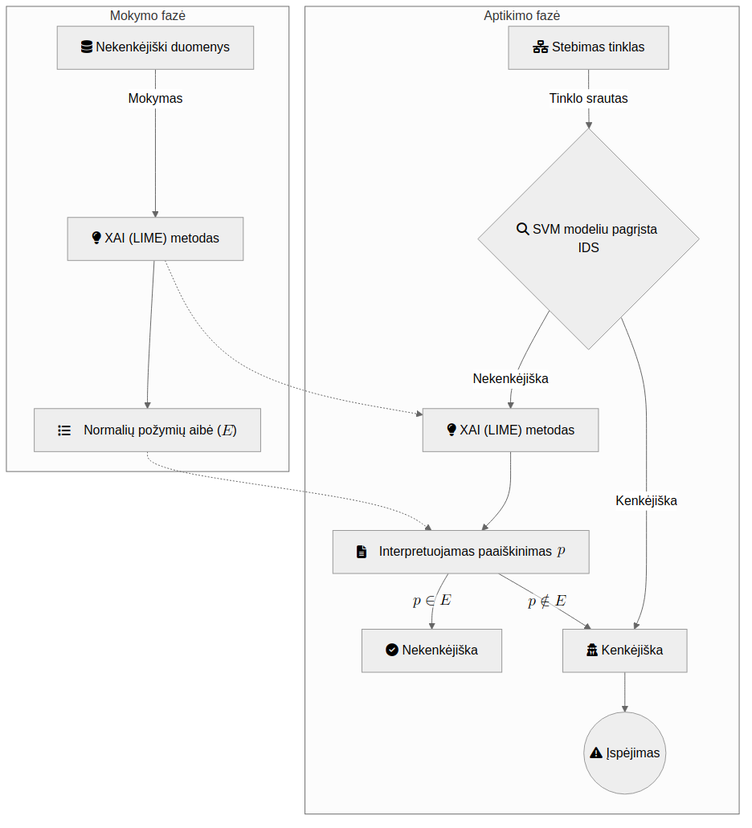
This is images/ids.png from onlyidev/bachelor.thesis, a Mermaid export, as it was before one commit. Its source is kept beside it as diagrams/ids.mmd.
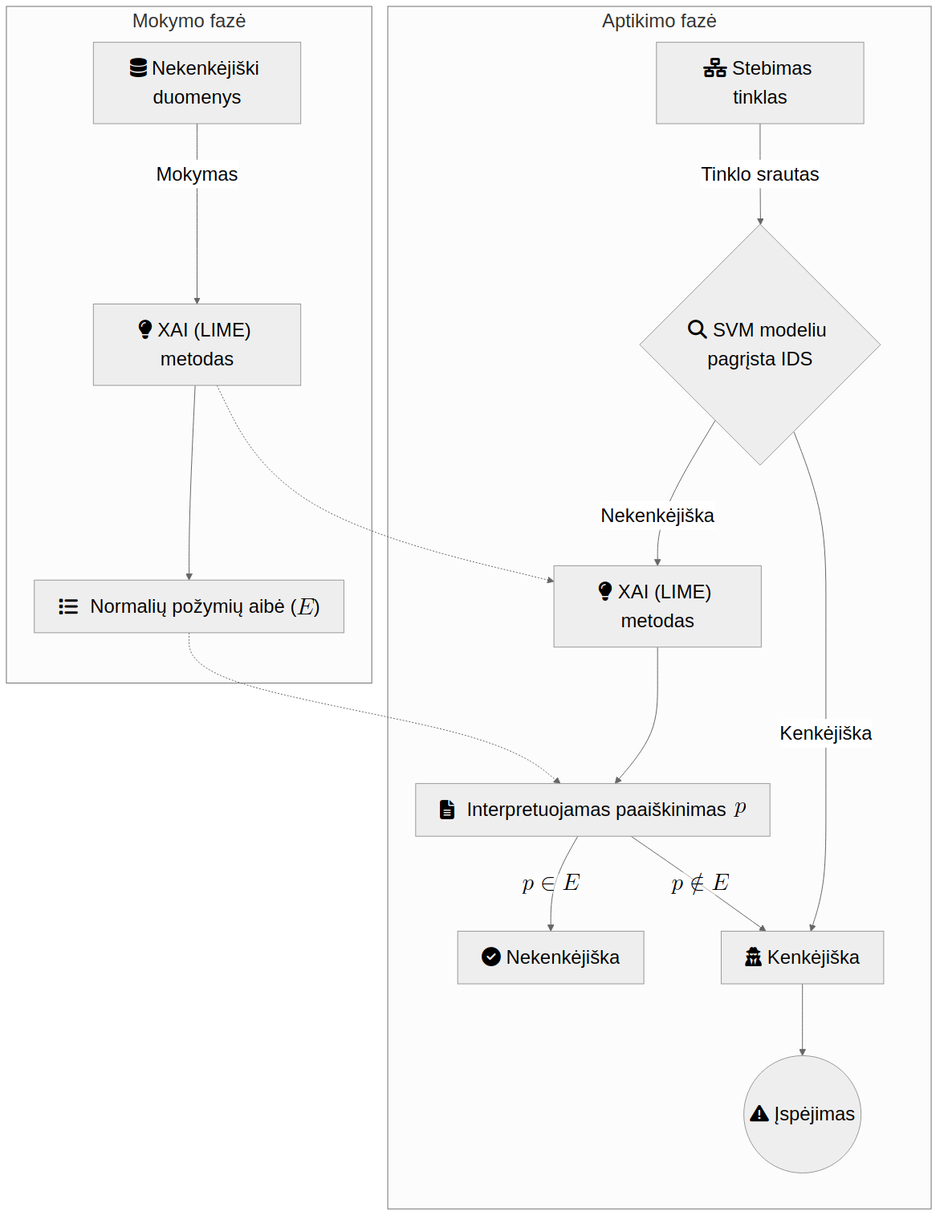
After the commit.

Change to the diagram source:
```diff
@@ -1,3 +1,10 @@
+---
+config:
+    themeVariables:
+        fontSize: 24px
+    flowchart:
+        rankSpacing: 90
+---
 graph TD
     subgraph Mokymo fazė
         A[<i class='fa fa-database'></i> Nekenkėjiški duomenys] -- Mokymas --> C["<i class='fa fa-lightbulb'></i> XAI (LIME) metodas"];
```
